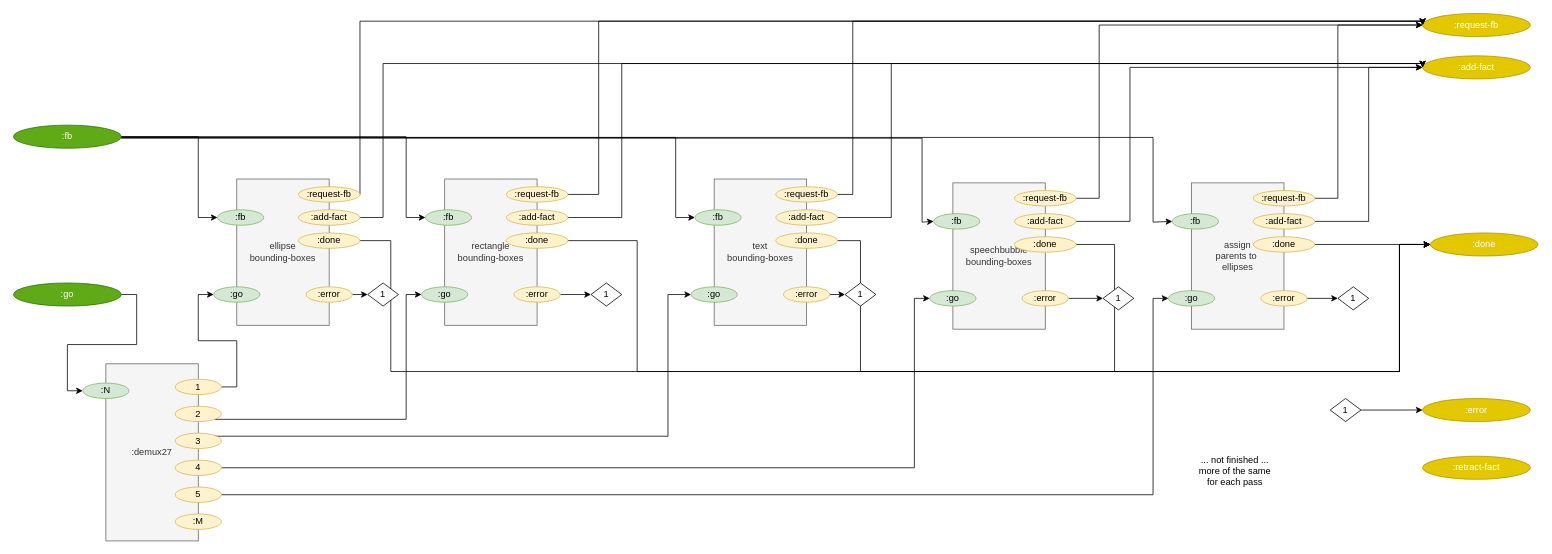
The draw.io diagram page "Passes" (10 of 10) of svg/cl-compiler/doc/compiler-test-bed.drawio in bmfbp/bmfbp, before the edit. Source tidied: cells renumbered, new cells numbered last; positions are measured from the earlier drawing's top-left corner, leaving out a move shared by most shapes. Both pictures are drawn from the tidied source at 77%, with x=0, y=0 at pixel (13, 13).
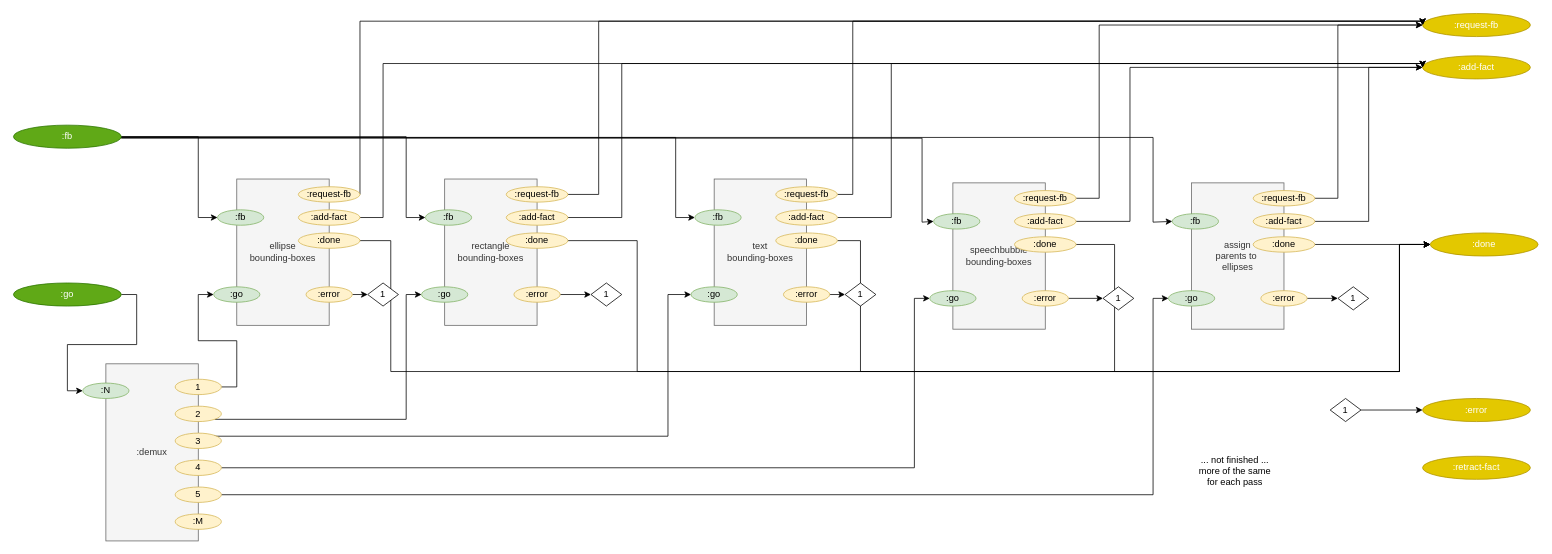
The same diagram, later.

What changed in the source:
```diff
@@
-    <mxCell id="77" value=":demux27" style="rounded=0;whiteSpace=wrap;html=1;fillColor=#f5f5f5;strokeColor=#666666;fontColor=#333333;" parent="1" vertex="1">
+    <mxCell id="77" value=":demux" style="rounded=0;whiteSpace=wrap;html=1;fillColor=#f5f5f5;strokeColor=#666666;fontColor=#333333;" parent="1" vertex="1">
       <mxGeometry x="120" y="455" width="120" height="230" as="geometry" />
     </mxCell>
```
